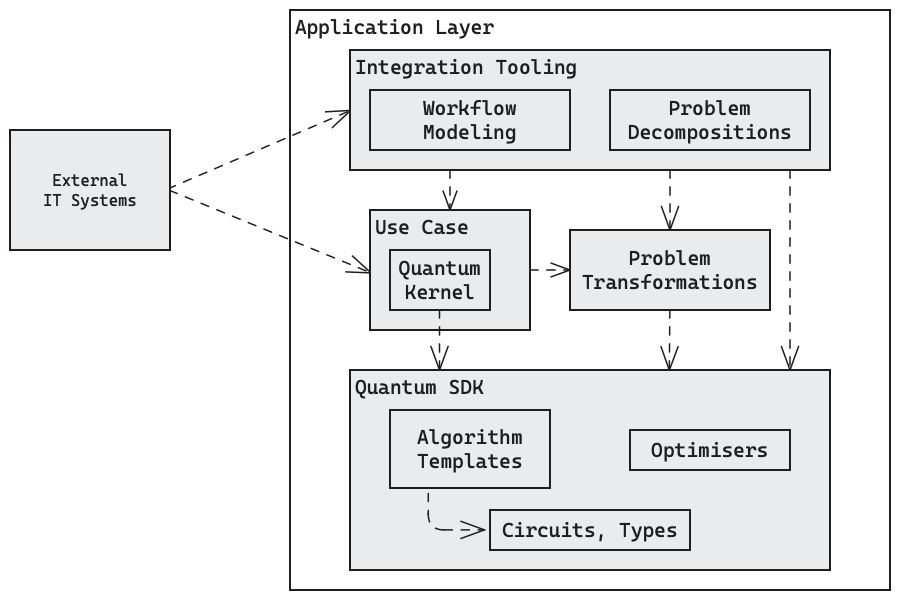
This is docs/reference-architecture/images/Building-Blocks-L2-Application-Layer.excalidraw.png from FullStaQD/architecture, a Excalidraw export, as it was before one commit. Source tidied: one line per element, renumbered; positions are measured from the earlier drawing's top-left corner, leaving out a move shared by most shapes.
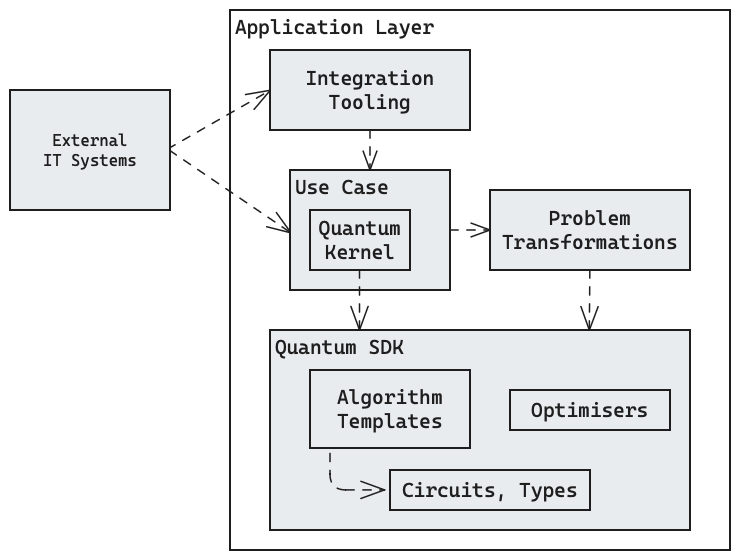
Later version of the same file.

Commit message:
Remove explicit subcomponents of `Integration Tooling` (#47)

* Add files via upload


* Add files via upload


* Add files via upload


* Update 05_building_block_view.md


* Update 05_building_block_view.md


* Update docs/05_building_block_view.md


* Update docs/05_building_block_view.md


* Update docs/05_building_block_view.md


* Add files via upload


---------

What changed in the source:
```diff
@@ -1,33 +1,27 @@
-{"id": 0, "type": "rectangle", "strokeColor": "#1e1e1e", "backgroundColor": "#ffffff", "fillStyle": "solid", "strokeWidth": 1, "roughness": 0, "x": 280, "y": 0, "width": 600, "height": 580}
+{"id": 0, "type": "rectangle", "strokeColor": "#1e1e1e", "backgroundColor": "#ffffff", "fillStyle": "solid", "strokeWidth": 1, "roughness": 0, "x": 300, "y": 40, "width": 500, "height": 540}
-{"id": 1, "type": "text", "text": "Application Layer", "strokeColor": "#1e1e1e", "strokeWidth": 1, "roughness": 0, "fontSize": 20, "fontFamily": 3, "inside": 0, "x": 285, "y": 5, "width": 199, "height": 24}
+{"id": 1, "type": "text", "text": "Application Layer", "strokeColor": "#1e1e1e", "strokeWidth": 1, "roughness": 0, "fontSize": 20, "fontFamily": 3, "inside": 0, "x": 305, "y": 45, "width": 199, "height": 24}
-{"id": 2, "type": "arrow", "strokeColor": "#1e1e1e", "backgroundColor": "#e9ecef", "fillStyle": "solid", "strokeWidth": 1, "strokeStyle": "dashed", "roughness": 0, "endArrowhead": "arrow", "round": true, "from": 31, "to": 3, "x": 158, "y": 179, "width": 183, "height": 78, "points": [[0, 0], [183, -78]]}
+{"id": 2, "type": "arrow", "strokeColor": "#1e1e1e", "backgroundColor": "#e9ecef", "fillStyle": "solid", "strokeWidth": 1, "strokeStyle": "dashed", "roughness": 0, "endArrowhead": "arrow", "round": true, "from": 31, "to": 3, "x": 238, "y": 179, "width": 102, "height": 59, "points": [[0, 0], [102, -59]]}
-{"id": 3, "type": "rectangle", "strokeColor": "#1e1e1e", "backgroundColor": "#e9ecef", "fillStyle": "solid", "strokeWidth": 1, "roughness": 0, "x": 340, "y": 40, "width": 480, "height": 120}
+{"id": 3, "type": "rectangle", "strokeColor": "#1e1e1e", "backgroundColor": "#e9ecef", "fillStyle": "solid", "strokeWidth": 1, "roughness": 0, "x": 340, "y": 80, "width": 200, "height": 80}
-{"id": 4, "type": "text", "text": "Integration Tooling", "strokeColor": "#1e1e1e", "backgroundColor": "#ffffff", "fillStyle": "solid", "strokeWidth": 1, "roughness": 0, "fontSize": 20, "fontFamily": 3, "inside": 3, "x": 345, "y": 45, "width": 223, "height": 24}
+{"id": 4, "type": "text", "text": "Integration\nTooling", "strokeColor": "#1e1e1e", "backgroundColor": "#ffffff", "fillStyle": "solid", "strokeWidth": 1, "roughness": 0, "fontSize": 20, "fontFamily": 3, "textAlign": "center", "verticalAlign": "middle", "inside": 3, "x": 376, "y": 96, "width": 129, "height": 48}
-{"id": 5, "type": "rectangle", "strokeColor": "#1e1e1e", "backgroundColor": "#e9ecef", "fillStyle": "solid", "strokeWidth": 1, "roughness": 0, "x": 340, "y": 360, "width": 480, "height": 200}
+{"id": 5, "type": "rectangle", "strokeColor": "#1e1e1e", "backgroundColor": "#e9ecef", "fillStyle": "solid", "strokeWidth": 1, "roughness": 0, "x": 340, "y": 360, "width": 420, "height": 200}
 {"id": 6, "type": "text", "text": "Quantum SDK", "strokeColor": "#1e1e1e", "backgroundColor": "#ffffff", "fillStyle": "solid", "strokeWidth": 1, "roughness": 0, "fontSize": 20, "fontFamily": 3, "inside": 5, "x": 345, "y": 365, "width": 129, "height": 24}
 {"id": 7, "type": "rectangle", "strokeColor": "#1e1e1e", "backgroundColor": "#e9ecef", "fillStyle": "solid", "strokeWidth": 1, "roughness": 0, "x": 560, "y": 220, "width": 200, "height": 80}
 {"id": 8, "type": "text", "text": "Problem\nTransformations", "strokeColor": "#1e1e1e", "backgroundColor": "#ffffff", "fillStyle": "solid", "strokeWidth": 1, "roughness": 0, "fontSize": 20, "fontFamily": 3, "textAlign": "center", "verticalAlign": "middle", "inside": 7, "x": 572, "y": 236, "width": 176, "height": 48}
 {"id": 9, "type": "rectangle", "strokeColor": "#1e1e1e", "backgroundColor": "#e9ecef", "fillStyle": "solid", "strokeWidth": 1, "roughness": 0, "x": 380, "y": 400, "width": 160, "height": 78}
 {"id": 10, "type": "text", "text": "Algorithm\nTemplates", "strokeColor": "#1e1e1e", "backgroundColor": "#ffffff", "fillStyle": "solid", "strokeWidth": 1, "roughness": 0, "fontSize": 20, "fontFamily": 3, "textAlign": "center", "verticalAlign": "middle", "inside": 9, "x": 407, "y": 415, "width": 105, "height": 48}
-{"id": 11, "type": "rectangle", "strokeColor": "#1e1e1e", "backgroundColor": "#e9ecef", "fillStyle": "solid", "strokeWidth": 1, "roughness": 0, "x": 480, "y": 500, "width": 200, "height": 40}
+{"id": 11, "type": "rectangle", "strokeColor": "#1e1e1e", "backgroundColor": "#e9ecef", "fillStyle": "solid", "strokeWidth": 1, "roughness": 0, "x": 460, "y": 500, "width": 200, "height": 40}
-{"id": 12, "type": "text", "text": "Circuits, Types", "strokeColor": "#1e1e1e", "backgroundColor": "#ffffff", "fillStyle": "solid", "strokeWidth": 1, "roughness": 0, "fontSize": 20, "fontFamily": 3, "textAlign": "center", "verticalAlign": "middle", "inside": 11, "x": 492, "y": 508, "width": 176, "height": 24}
+{"id": 12, "type": "text", "text": "Circuits, Types", "strokeColor": "#1e1e1e", "backgroundColor": "#ffffff", "fillStyle": "solid", "strokeWidth": 1, "roughness": 0, "fontSize": 20, "fontFamily": 3, "textAlign": "center", "verticalAlign": "middle", "inside": 11, "x": 472, "y": 508, "width": 176, "height": 24}
-{"id": 13, "type": "rectangle", "strokeColor": "#1e1e1e", "backgroundColor": "#e9ecef", "fillStyle": "solid", "strokeWidth": 1, "roughness": 0, "x": 620, "y": 420, "width": 160, "height": 40}
+{"id": 13, "type": "rectangle", "strokeColor": "#1e1e1e", "backgroundColor": "#e9ecef", "fillStyle": "solid", "strokeWidth": 1, "roughness": 0, "x": 580, "y": 420, "width": 160, "height": 40}
-{"id": 14, "type": "text", "text": "Optimisers", "strokeColor": "#1e1e1e", "backgroundColor": "#ffffff", "fillStyle": "solid", "strokeWidth": 1, "roughness": 0, "fontSize": 20, "fontFamily": 3, "textAlign": "center", "verticalAlign": "middle", "inside": 13, "x": 641, "y": 428, "width": 117, "height": 24}
+{"id": 14, "type": "text", "text": "Optimisers", "strokeColor": "#1e1e1e", "backgroundColor": "#ffffff", "fillStyle": "solid", "strokeWidth": 1, "roughness": 0, "fontSize": 20, "fontFamily": 3, "textAlign": "center", "verticalAlign": "middle", "inside": 13, "x": 601, "y": 428, "width": 117, "height": 24}
-{"id": 15, "type": "arrow", "strokeColor": "#1e1e1e", "backgroundColor": "#e9ecef", "fillStyle": "solid", "strokeWidth": 1, "strokeStyle": "dashed", "roughness": 0, "endArrowhead": "arrow", "from": 9, "to": 11, "x": 418, "y": 484, "width": 56, "height": 36, "points": [[0, 0], [0, 36], [56, 36]]}
+{"id": 15, "type": "arrow", "strokeColor": "#1e1e1e", "backgroundColor": "#e9ecef", "fillStyle": "solid", "strokeWidth": 1, "strokeStyle": "dashed", "roughness": 0, "endArrowhead": "arrow", "from": 9, "to": 11, "x": 400, "y": 484, "width": 54, "height": 36, "points": [[0, 0], [0, 36], [54, 36]]}
 {"id": 16, "type": "arrow", "strokeColor": "#1e1e1e", "backgroundColor": "#e9ecef", "fillStyle": "solid", "strokeWidth": 1, "strokeStyle": "dashed", "roughness": 0, "endArrowhead": "arrow", "round": true, "from": 7, "x": 660, "y": 300, "width": 1, "height": 60, "points": [[0, 0], [-1, 60]]}
-{"id": 17, "type": "rectangle", "strokeColor": "#1e1e1e", "backgroundColor": "#e9ecef", "fillStyle": "solid", "strokeWidth": 1, "roughness": 0, "x": 600, "y": 80, "width": 200, "height": 60}
-{"id": 18, "type": "text", "text": "Problem\nDecompositions", "strokeColor": "#1e1e1e", "backgroundColor": "#ffffff", "fillStyle": "solid", "strokeWidth": 1, "roughness": 0, "fontSize": 20, "fontFamily": 3, "textAlign": "center", "verticalAlign": "middle", "inside": 17, "x": 618, "y": 86, "width": 164, "height": 48}
-{"id": 19, "type": "arrow", "strokeColor": "#1e1e1e", "backgroundColor": "#e9ecef", "fillStyle": "solid", "strokeWidth": 1, "strokeStyle": "dashed", "roughness": 0, "endArrowhead": "arrow", "round": true, "x": 660, "y": 160, "width": 0, "height": 60, "points": [[0, 0], [0, 60]]}
-{"id": 20, "type": "arrow", "strokeColor": "#1e1e1e", "backgroundColor": "#e9ecef", "fillStyle": "solid", "strokeWidth": 1, "strokeStyle": "dashed", "roughness": 0, "endArrowhead": "arrow", "round": true, "x": 780, "y": 160, "width": 0, "height": 200, "points": [[0, 0], [0, 200]]}
 {"id": 21, "type": "arrow", "strokeColor": "#1e1e1e", "backgroundColor": "#e9ecef", "fillStyle": "solid", "strokeWidth": 1, "strokeStyle": "dashed", "roughness": 0, "endArrowhead": "arrow", "round": true, "x": 440, "y": 160, "width": 0, "height": 40, "points": [[0, 0], [0, 40]]}
 {"id": 22, "type": "arrow", "strokeColor": "#1e1e1e", "backgroundColor": "#e9ecef", "fillStyle": "solid", "strokeWidth": 1, "strokeStyle": "dashed", "roughness": 0, "endArrowhead": "arrow", "round": true, "x": 520, "y": 260, "width": 40, "height": 0, "points": [[0, 0], [40, 0]]}
-{"id": 23, "type": "arrow", "strokeColor": "#1e1e1e", "backgroundColor": "#e9ecef", "fillStyle": "solid", "strokeWidth": 1, "strokeStyle": "dashed", "roughness": 0, "endArrowhead": "arrow", "round": true, "from": 31, "to": 24, "x": 160, "y": 180, "width": 201, "height": 82, "points": [[0, 0], [201, 82]]}
+{"id": 23, "type": "arrow", "strokeColor": "#1e1e1e", "backgroundColor": "#e9ecef", "fillStyle": "solid", "strokeWidth": 1, "strokeStyle": "dashed", "roughness": 0, "endArrowhead": "arrow", "round": true, "from": 31, "to": 24, "x": 240, "y": 180, "width": 121, "height": 82, "points": [[0, 0], [121, 82]]}
 {"id": 24, "type": "rectangle", "strokeColor": "#1e1e1e", "backgroundColor": "#e9ecef", "fillStyle": "solid", "strokeWidth": 1, "roughness": 0, "x": 360, "y": 200, "width": 160, "height": 120}
 {"id": 25, "type": "text", "text": "Use Case", "strokeColor": "#1e1e1e", "backgroundColor": "#ffffff", "fillStyle": "solid", "strokeWidth": 1, "roughness": 0, "fontSize": 20, "fontFamily": 3, "inside": 24, "x": 365, "y": 205, "width": 94, "height": 24}
 {"id": 26, "type": "rectangle", "strokeColor": "#1e1e1e", "backgroundColor": "#e9ecef", "fillStyle": "solid", "strokeWidth": 1, "roughness": 0, "x": 380, "y": 240, "width": 100, "height": 60}
 {"id": 27, "type": "text", "text": "Quantum\nKernel", "strokeColor": "#1e1e1e", "backgroundColor": "#ffffff", "fillStyle": "solid", "strokeWidth": 1, "roughness": 0, "fontSize": 20, "fontFamily": 3, "textAlign": "center", "verticalAlign": "middle", "inside": 26, "x": 389, "y": 246, "width": 82, "height": 48}
-{"id": 28, "type": "rectangle", "strokeColor": "#1e1e1e", "backgroundColor": "#e9ecef", "fillStyle": "solid", "strokeWidth": 1, "roughness": 0, "x": 360, "y": 80, "width": 200, "height": 60}
-{"id": 29, "type": "text", "text": "Workflow\nModeling", "strokeColor": "#1e1e1e", "backgroundColor": "#ffffff", "fillStyle": "solid", "strokeWidth": 1, "roughness": 0, "fontSize": 20, "fontFamily": 3, "textAlign": "center", "verticalAlign": "middle", "inside": 28, "x": 413, "y": 86, "width": 94, "height": 48}
 {"id": 30, "type": "arrow", "strokeColor": "#1e1e1e", "backgroundColor": "#e9ecef", "fillStyle": "solid", "strokeWidth": 1, "strokeStyle": "dashed", "roughness": 0, "endArrowhead": "arrow", "round": true, "x": 430, "y": 300, "width": 0, "height": 60, "points": [[0, 0], [0, 60]]}
-{"id": 31, "type": "rectangle", "strokeColor": "#1e1e1e", "backgroundColor": "#e9ecef", "fillStyle": "solid", "strokeWidth": 1, "roughness": 0, "x": 0, "y": 120, "width": 160, "height": 120}
+{"id": 31, "type": "rectangle", "strokeColor": "#1e1e1e", "backgroundColor": "#e9ecef", "fillStyle": "solid", "strokeWidth": 1, "roughness": 0, "x": 80, "y": 120, "width": 160, "height": 120}
-{"id": 32, "type": "text", "text": "External\nIT Systems", "strokeColor": "#1e1e1e", "backgroundColor": "#e9ecef", "fillStyle": "solid", "strokeWidth": 1, "roughness": 0, "fontSize": 16, "fontFamily": 3, "textAlign": "center", "verticalAlign": "middle", "inside": 31, "x": 33, "y": 161, "width": 94, "height": 38}
+{"id": 32, "type": "text", "text": "External\nIT Systems", "strokeColor": "#1e1e1e", "backgroundColor": "#e9ecef", "fillStyle": "solid", "strokeWidth": 1, "roughness": 0, "fontSize": 16, "fontFamily": 3, "textAlign": "center", "verticalAlign": "middle", "inside": 31, "x": 113, "y": 161, "width": 94, "height": 38}
```
